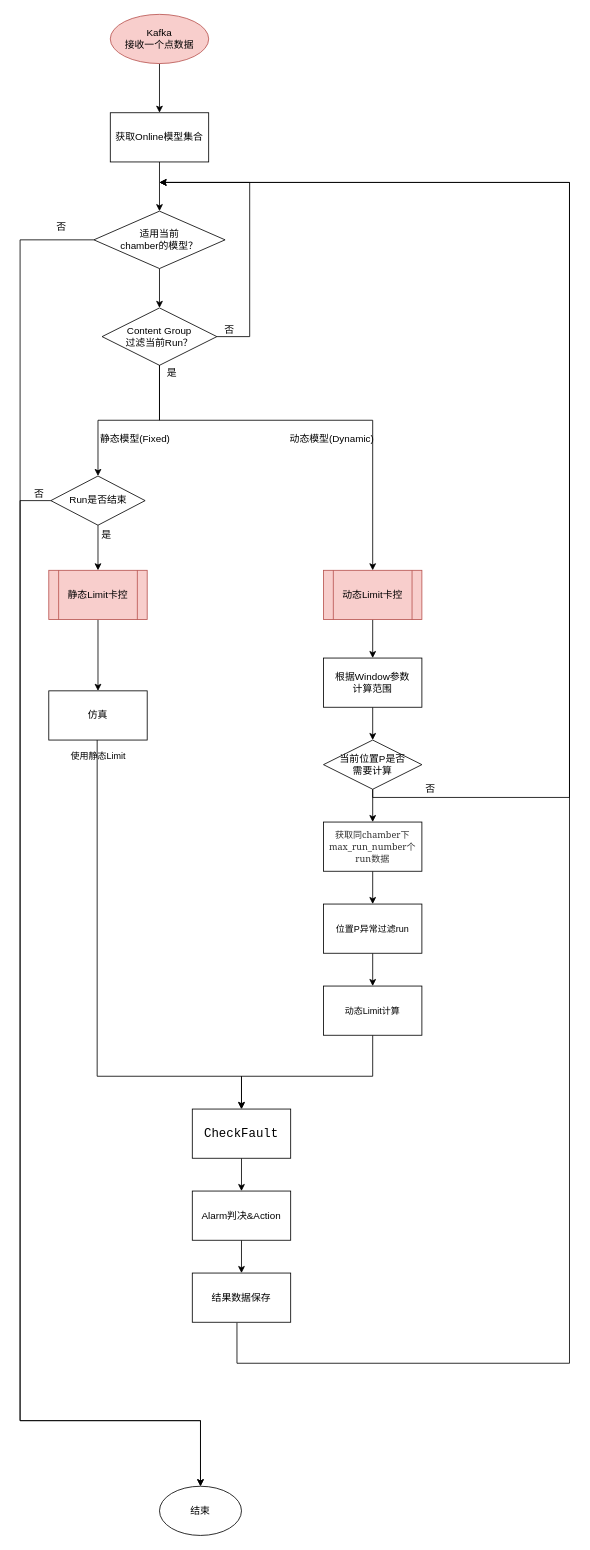
Above: page "1.1" (2 of 2) of 动态Limit.drawio in siyawu/draw (draw.io), before the change. Source tidied: cells renumbered, new cells numbered last; positions are measured from the earlier drawing's top-left corner, leaving out a move shared by most shapes. Both pictures are drawn from the tidied source at 82%, with x=0, y=0 at pixel (20, 14).
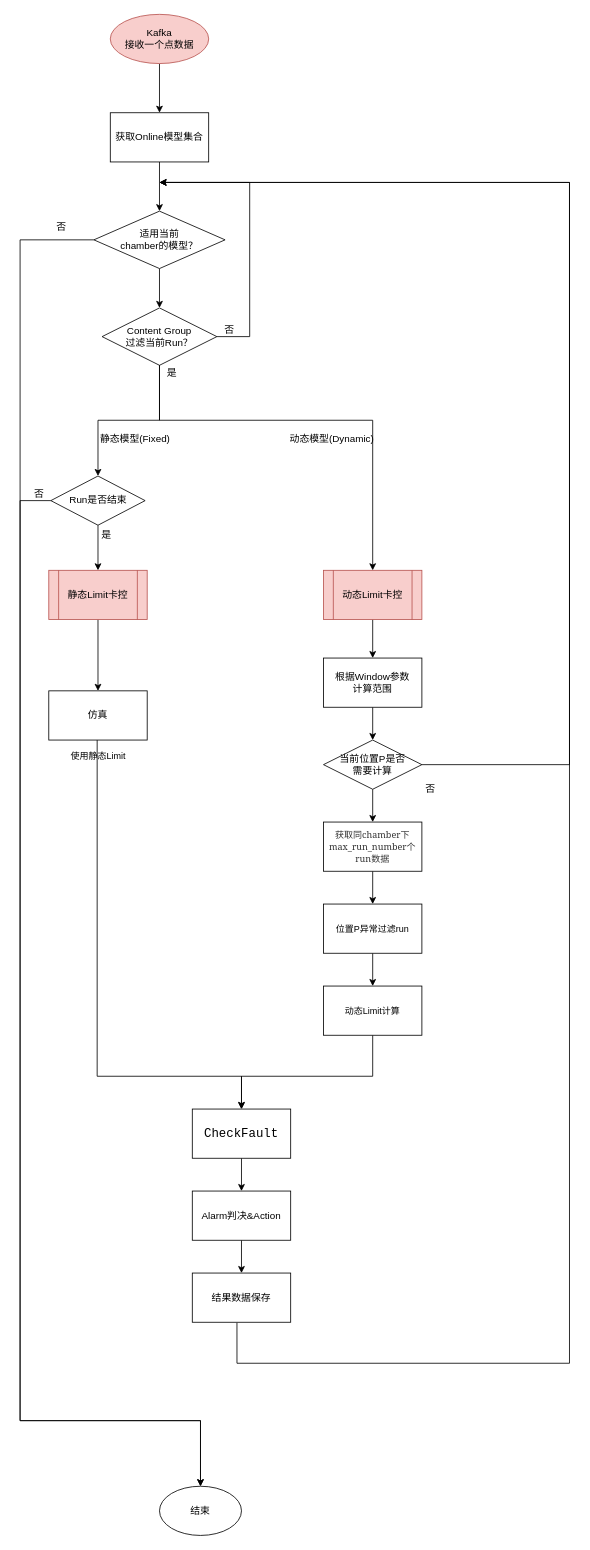
Above is the later version.

Unchanged cells that the change refers to:
```xml
<mxCell id="40" value="当前位置P是否&lt;br&gt;需要计算" style="rhombus;whiteSpace=wrap;html=1;fontColor=#000000;strokeWidth=1;" parent="1" vertex="1">
  <mxGeometry x="370" y="885" width="120" height="60" as="geometry" />
</mxCell>
```

Diff of the diagram source:
```diff
@@
-    <mxCell id="38" style="edgeStyle=orthogonalEdgeStyle;rounded=0;jettySize=auto;html=1;fontColor=#000000;" parent="1" edge="1" source="40">
+    <mxCell id="38" style="edgeStyle=orthogonalEdgeStyle;rounded=0;jettySize=auto;html=1;fontColor=#000000;exitX=1;exitY=0.5;exitDx=0;exitDy=0;" parent="1" edge="1" source="40">
       <mxGeometry relative="1" as="geometry">
         <mxPoint x="170" y="205" as="targetPoint" />
         <Array as="points">
-          <mxPoint x="670" y="955" />
+          <mxPoint x="670" y="915" />
           <mxPoint x="670" y="205" />
         </Array>
       </mxGeometry>
     </mxCell>
```
